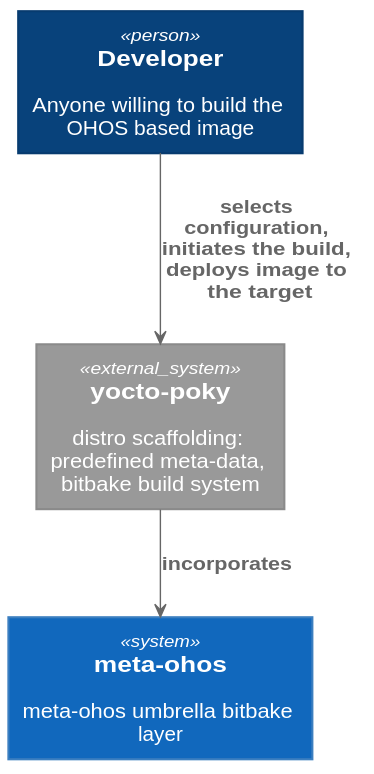
Earlier version of the PlantUML export diagrams/meta-ohos_system_context_diagram.svg (alema-r/Alessandro-Marcolini-Oniro). The source it was exported from:
```plantuml
@startuml meta-ohos_system_context_diagram





skinparam defaultTextAlignment center

skinparam wrapWidth 200
skinparam maxMessageSize 150

skinparam rectangle {
    StereotypeFontSize 12
    shadowing false
}

skinparam database {
    StereotypeFontSize 12
    shadowing false
}

skinparam Arrow {
    Color #666666
    FontColor #666666
    FontSize 12
}

skinparam rectangle<<boundary>> {
    Shadowing false
    StereotypeFontSize 0
    FontColor #444444
    BorderColor #444444
    BorderStyle dashed
}






















skinparam rectangle<<person>> {
    StereotypeFontColor #FFFFFF
    FontColor #FFFFFF
    BackgroundColor #08427B
    BorderColor #073B6F
}

skinparam rectangle<<external_person>> {
    StereotypeFontColor #FFFFFF
    FontColor #FFFFFF
    BackgroundColor #686868
    BorderColor #8A8A8A
}

skinparam rectangle<<system>> {
    StereotypeFontColor #FFFFFF
    FontColor #FFFFFF
    BackgroundColor #1168BD
    BorderColor #3C7FC0
}

skinparam rectangle<<external_system>> {
    StereotypeFontColor #FFFFFF
    FontColor #FFFFFF
    BackgroundColor #999999
    BorderColor #8A8A8A
}

skinparam database<<system>> {
    StereotypeFontColor #FFFFFF
    FontColor #FFFFFF
    BackgroundColor #1168BD
    BorderColor #3C7FC0
}

skinparam database<<external_system>> {
    StereotypeFontColor #FFFFFF
    FontColor #FFFFFF
    BackgroundColor #999999
    BorderColor #8A8A8A
}












rectangle "==Developer\n\n Anyone willing to build the OHOS based image" <<person>> as dev
rectangle "==meta-ohos\n\n meta-ohos umbrella bitbake layer" <<system>> as meta_ohos
rectangle "==yocto-poky\n\n distro scaffolding: predefined meta-data, bitbake build system" <<external_system>> as yocto

dev --> yocto : "===selects configuration, initiates the build, deploys image to the target"
yocto --> meta_ohos : "===incorporates"

@enduml
```
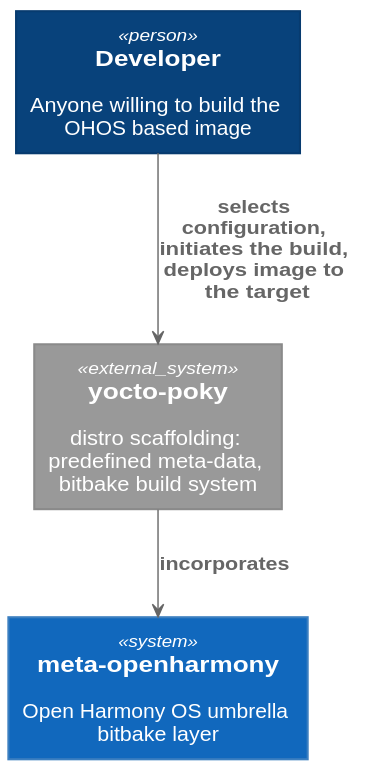
The same diagram one commit later.

Commit message:
Renaming meta-ohos to meta-openharmony

Change due to potential naming clash within the umbrella meta-layer

Diff of the diagram source:
```diff
@@ -108,10 +108,10 @@
 
 
 rectangle "==Developer\n\n Anyone willing to build the OHOS based image" <<person>> as dev
-rectangle "==meta-ohos\n\n meta-ohos umbrella bitbake layer" <<system>> as meta_ohos
+rectangle "==meta-openharmony\n\n Open Harmony OS umbrella bitbake layer" <<system>> as meta_openharmony
 rectangle "==yocto-poky\n\n distro scaffolding: predefined meta-data, bitbake build system" <<external_system>> as yocto
 
 dev --> yocto : "===selects configuration, initiates the build, deploys image to the target"
-yocto --> meta_ohos : "===incorporates"
+yocto --> meta_openharmony : "===incorporates"
 
 @enduml
```
